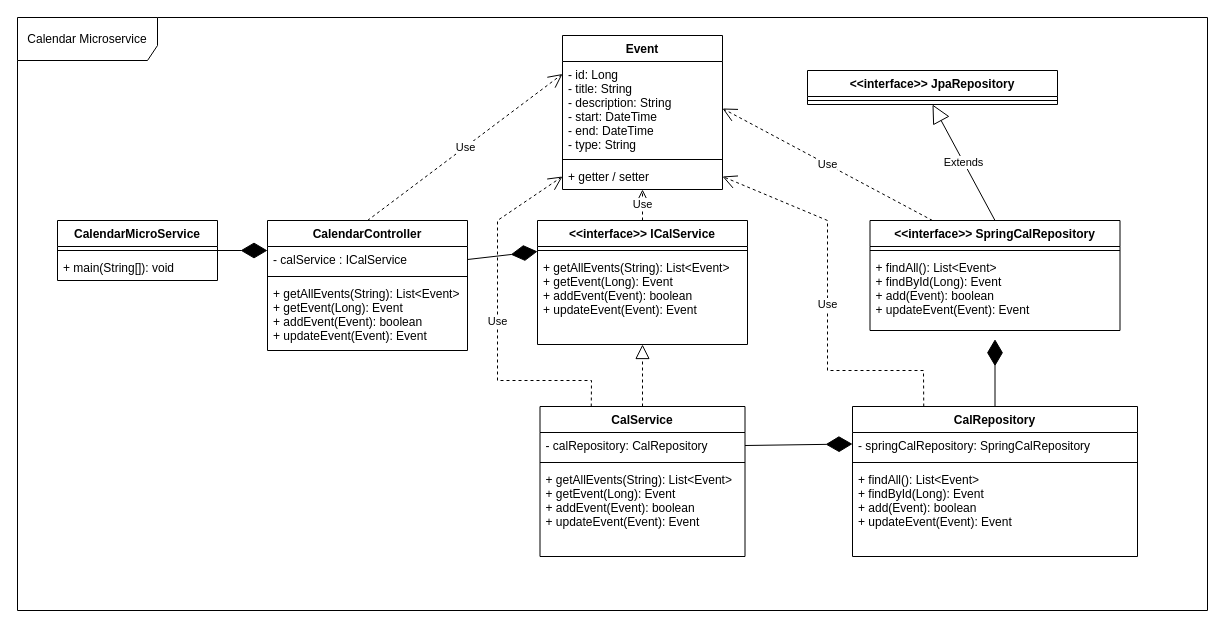
Before: page "Backend: Canteen Microservice" (7 of 7) of docs/class_diagrams/CD0_working_file.drawio in clueless-capybaras/dhbw-community-dashboard, a draw.io diagram. Source tidied: cells renumbered, new cells numbered last; positions are measured from the earlier drawing's top-left corner, leaving out a move shared by most shapes. Both pictures are drawn from the tidied source at 100%, with x=0, y=0 at pixel (17, 17).
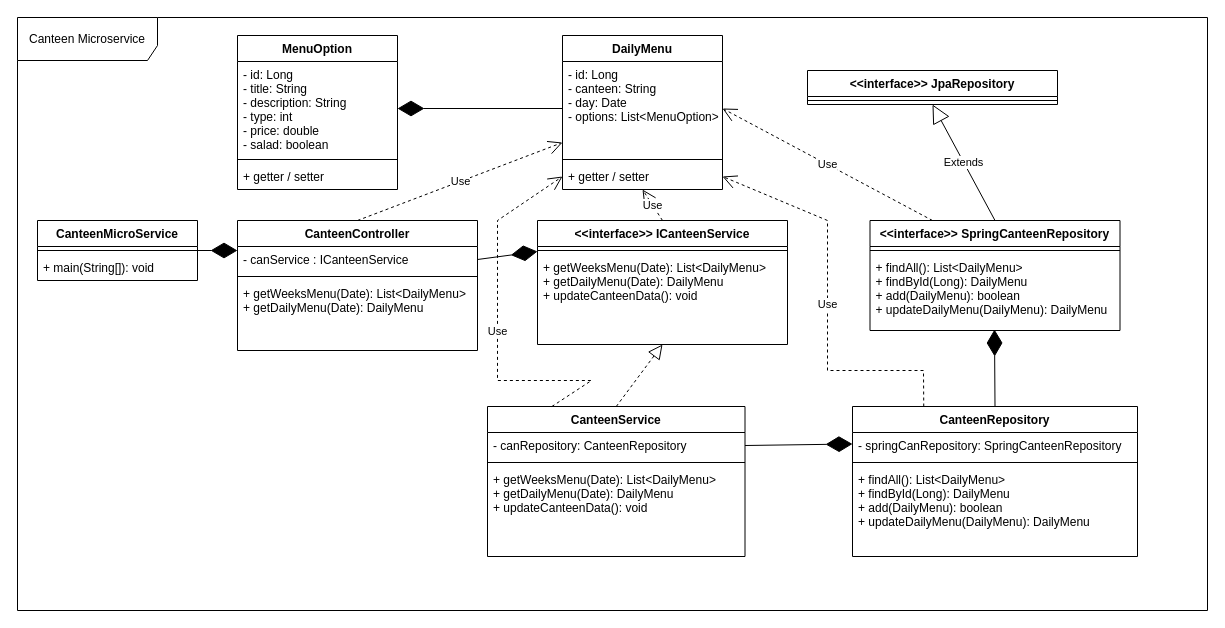
The same page after the edit.

Commit message (it also covers changes not shown here):
fixed canteen backend class diagram

Change to the diagram source:
```diff
@@
-    <mxCell id="2" value="Calendar Microservice" style="shape=umlFrame;whiteSpace=wrap;html=1;width=140;height=43;" parent="1" vertex="1">
+    <mxCell id="2" value="Canteen Microservice" style="shape=umlFrame;whiteSpace=wrap;html=1;width=140;height=43;" parent="1" vertex="1">
       <mxGeometry width="1190" height="593" as="geometry" />
     </mxCell>
-    <mxCell id="3" value="CalendarController" style="swimlane;fontStyle=1;align=center;verticalAlign=top;horizontal=1;startSize=26;" parent="1" vertex="1">
-      <mxGeometry x="250" y="203" width="200" height="130" as="geometry" />
+    <mxCell id="3" value="CanteenController" style="swimlane;fontStyle=1;align=center;verticalAlign=top;horizontal=1;startSize=26;" parent="1" vertex="1">
+      <mxGeometry x="220" y="203" width="240" height="130" as="geometry" />
     </mxCell>
-    <mxCell id="4" value="- calService : ICalService" style="text;strokeColor=none;fillColor=none;align=left;verticalAlign=top;spacingLeft=4;spacingRight=4;overflow=hidden;points=[[0,0.5],[1,0.5]];portConstraint=eastwest;" parent="3" vertex="1">
-      <mxGeometry y="26" width="200" height="26" as="geometry" />
+    <mxCell id="4" value="- canService : ICanteenService" style="text;strokeColor=none;fillColor=none;align=left;verticalAlign=top;spacingLeft=4;spacingRight=4;overflow=hidden;points=[[0,0.5],[1,0.5]];portConstraint=eastwest;" parent="3" vertex="1">
+      <mxGeometry y="26" width="240" height="26" as="geometry" />
     </mxCell>
     <mxCell id="5" style="line;strokeWidth=1;fillColor=none;align=left;verticalAlign=middle;spacingTop=-1;spacingLeft=3;spacingRight=3;labelPosition=right;" parent="3" vertex="1">
-      <mxGeometry y="52" width="200" height="8" as="geometry" />
+      <mxGeometry y="52" width="240" height="8" as="geometry" />
     </mxCell>
-    <mxCell id="6" value="+ getAllEvents(String): List&lt;Event&gt;&#10;+ getEvent(Long): Event&#10;+ addEvent(Event): boolean&#10;+ updateEvent(Event): Event" style="text;strokeColor=none;fillColor=none;align=left;verticalAlign=top;spacingLeft=4;spacingRight=4;overflow=hidden;" parent="3" vertex="1">
-      <mxGeometry y="60" width="200" height="70" as="geometry" />
+    <mxCell id="6" value="+ getWeeksMenu(Date): List&lt;DailyMenu&gt;&#10;+ getDailyMenu(Date): DailyMenu" style="text;strokeColor=none;fillColor=none;align=left;verticalAlign=top;spacingLeft=4;spacingRight=4;overflow=hidden;" parent="3" vertex="1">
+      <mxGeometry y="60" width="240" height="70" as="geometry" />
     </mxCell>
-    <mxCell id="7" value="CalendarMicroService" style="swimlane;fontStyle=1;align=center;verticalAlign=top;horizontal=1;startSize=26;" parent="1" vertex="1">
-      <mxGeometry x="40" y="203" width="160" height="60" as="geometry" />
+    <mxCell id="7" value="CanteenMicroService" style="swimlane;fontStyle=1;align=center;verticalAlign=top;horizontal=1;startSize=26;" parent="1" vertex="1">
+      <mxGeometry x="20" y="203" width="160" height="60" as="geometry" />
     </mxCell>
@@
-    <mxCell id="10" value="CalService" style="swimlane;fontStyle=1;align=center;verticalAlign=top;horizontal=1;startSize=26;" parent="1" vertex="1">
-      <mxGeometry x="522.5" y="389" width="205" height="150" as="geometry" />
+    <mxCell id="10" value="CanteenService" style="swimlane;fontStyle=1;align=center;verticalAlign=top;horizontal=1;startSize=26;" parent="1" vertex="1">
+      <mxGeometry x="470" y="389" width="257.5" height="150" as="geometry" />
     </mxCell>
-    <mxCell id="11" value="- calRepository: CalRepository" style="text;strokeColor=none;fillColor=none;align=left;verticalAlign=top;spacingLeft=4;spacingRight=4;overflow=hidden;points=[[0,0.5],[1,0.5]];portConstraint=eastwest;" parent="10" vertex="1">
-      <mxGeometry y="26" width="205" height="26" as="geometry" />
+    <mxCell id="11" value="- canRepository: CanteenRepository" style="text;strokeColor=none;fillColor=none;align=left;verticalAlign=top;spacingLeft=4;spacingRight=4;overflow=hidden;points=[[0,0.5],[1,0.5]];portConstraint=eastwest;" parent="10" vertex="1">
+      <mxGeometry y="26" width="257.5" height="26" as="geometry" />
     </mxCell>
     <mxCell id="12" style="line;strokeWidth=1;fillColor=none;align=left;verticalAlign=middle;spacingTop=-1;spacingLeft=3;spacingRight=3;labelPosition=right;" parent="10" vertex="1">
-      <mxGeometry y="52" width="205" height="8" as="geometry" />
+      <mxGeometry y="52" width="257.5" height="8" as="geometry" />
     </mxCell>
-    <mxCell id="13" value="+ getAllEvents(String): List&lt;Event&gt;&#10;+ getEvent(Long): Event&#10;+ addEvent(Event): boolean&#10;+ updateEvent(Event): Event" style="text;strokeColor=none;fillColor=none;align=left;verticalAlign=top;spacingLeft=4;spacingRight=4;overflow=hidden;" parent="10" vertex="1">
-      <mxGeometry y="60" width="205" height="90" as="geometry" />
+    <mxCell id="13" value="+ getWeeksMenu(Date): List&lt;DailyMenu&gt;&#10;+ getDailyMenu(Date): DailyMenu&#10;+ updateCanteenData(): void" style="text;strokeColor=none;fillColor=none;align=left;verticalAlign=top;spacingLeft=4;spacingRight=4;overflow=hidden;" parent="10" vertex="1">
+      <mxGeometry y="60" width="257.5" height="90" as="geometry" />
     </mxCell>
-    <mxCell id="14" value="&lt;&lt;interface&gt;&gt; SpringCalRepository" style="swimlane;fontStyle=1;align=center;verticalAlign=top;horizontal=1;startSize=26;" parent="1" vertex="1">
+    <mxCell id="14" value="&lt;&lt;interface&gt;&gt; SpringCanteenRepository" style="swimlane;fontStyle=1;align=center;verticalAlign=top;horizontal=1;startSize=26;" parent="1" vertex="1">
       <mxGeometry x="852.5" y="203" width="250" height="110" as="geometry" />
     </mxCell>
@@
-    <mxCell id="16" value="+ findAll(): List&lt;Event&gt;&#10;+ findById(Long): Event&#10;+ add(Event): boolean&#10;+ updateEvent(Event): Event" style="text;strokeColor=none;fillColor=none;align=left;verticalAlign=top;spacingLeft=4;spacingRight=4;overflow=hidden;points=[[0,0.5],[1,0.5]];portConstraint=eastwest;" parent="14" vertex="1">
+    <mxCell id="16" value="+ findAll(): List&lt;DailyMenu&gt;&#10;+ findById(Long): DailyMenu&#10;+ add(DailyMenu): boolean&#10;+ updateDailyMenu(DailyMenu): DailyMenu" style="text;strokeColor=none;fillColor=none;align=left;verticalAlign=top;spacingLeft=4;spacingRight=4;overflow=hidden;points=[[0,0.5],[1,0.5]];portConstraint=eastwest;" parent="14" vertex="1">
       <mxGeometry y="34" width="250" height="76" as="geometry" />
     </mxCell>
-    <mxCell id="17" value="&lt;&lt;interface&gt;&gt; ICalService" style="swimlane;fontStyle=1;align=center;verticalAlign=top;horizontal=1;startSize=26;" parent="1" vertex="1">
-      <mxGeometry x="520" y="203" width="210" height="124" as="geometry" />
+    <mxCell id="17" value="&lt;&lt;interface&gt;&gt; ICanteenService" style="swimlane;fontStyle=1;align=center;verticalAlign=top;horizontal=1;startSize=26;" parent="1" vertex="1">
+      <mxGeometry x="520" y="203" width="250" height="124" as="geometry" />
     </mxCell>
     <mxCell id="18" style="line;strokeWidth=1;fillColor=none;align=left;verticalAlign=middle;spacingTop=-1;spacingLeft=3;spacingRight=3;labelPosition=right;" parent="17" vertex="1">
-      <mxGeometry y="26" width="210" height="8" as="geometry" />
+      <mxGeometry y="26" width="250" height="8" as="geometry" />
     </mxCell>
-    <mxCell id="19" value="+ getAllEvents(String): List&lt;Event&gt;&#10;+ getEvent(Long): Event&#10;+ addEvent(Event): boolean&#10;+ updateEvent(Event): Event" style="text;strokeColor=none;fillColor=none;align=left;verticalAlign=top;spacingLeft=4;spacingRight=4;overflow=hidden;points=[[0,0.5],[1,0.5]];portConstraint=eastwest;" parent="17" vertex="1">
-      <mxGeometry y="34" width="210" height="90" as="geometry" />
+    <mxCell id="19" value="+ getWeeksMenu(Date): List&lt;DailyMenu&gt;&#10;+ getDailyMenu(Date): DailyMenu&#10;+ updateCanteenData(): void" style="text;strokeColor=none;fillColor=none;align=left;verticalAlign=top;spacingLeft=4;spacingRight=4;overflow=hidden;points=[[0,0.5],[1,0.5]];portConstraint=eastwest;" parent="17" vertex="1">
+      <mxGeometry y="34" width="250" height="90" as="geometry" />
     </mxCell>
-    <mxCell id="20" value="CalRepository" style="swimlane;fontStyle=1;align=center;verticalAlign=top;horizontal=1;startSize=26;" parent="1" vertex="1">
+    <mxCell id="20" value="CanteenRepository" style="swimlane;fontStyle=1;align=center;verticalAlign=top;horizontal=1;startSize=26;" parent="1" vertex="1">
       <mxGeometry x="835" y="389" width="285" height="150" as="geometry" />
     </mxCell>
-    <mxCell id="21" value="- springCalRepository: SpringCalRepository" style="text;strokeColor=none;fillColor=none;align=left;verticalAlign=top;spacingLeft=4;spacingRight=4;overflow=hidden;" parent="20" vertex="1">
+    <mxCell id="21" value="- springCanRepository: SpringCanteenRepository" style="text;strokeColor=none;fillColor=none;align=left;verticalAlign=top;spacingLeft=4;spacingRight=4;overflow=hidden;" parent="20" vertex="1">
       <mxGeometry y="26" width="285" height="26" as="geometry" />
     </mxCell>
@@
-    <mxCell id="23" value="+ findAll(): List&lt;Event&gt;&#10;+ findById(Long): Event&#10;+ add(Event): boolean&#10;+ updateEvent(Event): Event" style="text;strokeColor=none;fillColor=none;align=left;verticalAlign=top;spacingLeft=4;spacingRight=4;overflow=hidden;" parent="20" vertex="1">
+    <mxCell id="23" value="+ findAll(): List&lt;DailyMenu&gt;&#10;+ findById(Long): DailyMenu&#10;+ add(DailyMenu): boolean&#10;+ updateDailyMenu(DailyMenu): DailyMenu" style="text;strokeColor=none;fillColor=none;align=left;verticalAlign=top;spacingLeft=4;spacingRight=4;overflow=hidden;" parent="20" vertex="1">
       <mxGeometry y="60" width="285" height="90" as="geometry" />
     </mxCell>
-    <mxCell id="24" value="Event" style="swimlane;fontStyle=1;align=center;verticalAlign=top;horizontal=1;startSize=26;" parent="1" vertex="1">
+    <mxCell id="24" value="DailyMenu" style="swimlane;fontStyle=1;align=center;verticalAlign=top;horizontal=1;startSize=26;" parent="1" vertex="1">
       <mxGeometry x="545" y="18" width="160" height="154" as="geometry" />
     </mxCell>
-    <mxCell id="25" value="- id: Long&#10;- title: String&#10;- description: String&#10;- start: DateTime&#10;- end: DateTime&#10;- type: String" style="text;strokeColor=none;fillColor=none;align=left;verticalAlign=top;spacingLeft=4;spacingRight=4;overflow=hidden;points=[[0,0.5],[1,0.5]];portConstraint=eastwest;" parent="24" vertex="1">
+    <mxCell id="25" value="- id: Long&#10;- canteen: String&#10;- day: Date&#10;- options: List&lt;MenuOption&gt;" style="text;strokeColor=none;fillColor=none;align=left;verticalAlign=top;spacingLeft=4;spacingRight=4;overflow=hidden;points=[[0,0.5],[1,0.5]];portConstraint=eastwest;" parent="24" vertex="1">
       <mxGeometry y="26" width="160" height="94" as="geometry" />
     </mxCell>
@@
-    <mxCell id="31" style="endArrow=diamondThin;endFill=1;endSize=24;html=1;rounded=0;entryX=0.5;entryY=1.115;entryDx=0;entryDy=0;entryPerimeter=0;exitX=0.5;exitY=0;exitDx=0;exitDy=0;" parent="1" edge="1" source="20" target="16">
+    <mxCell id="31" style="endArrow=diamondThin;endFill=1;endSize=24;html=1;rounded=0;entryX=0.498;entryY=0.987;entryDx=0;entryDy=0;entryPerimeter=0;exitX=0.5;exitY=0;exitDx=0;exitDy=0;" parent="1" edge="1" source="20" target="16">
       <mxGeometry relative="1" as="geometry" />
     </mxCell>
@@
-    <mxCell id="36" value="Use" style="endArrow=open;endSize=12;dashed=1;html=1;rounded=0;exitX=0.5;exitY=0;exitDx=0;exitDy=0;entryX=0;entryY=0.25;entryDx=0;entryDy=0;" parent="1" edge="1" source="3" target="24">
+    <mxCell id="36" value="Use" style="endArrow=open;endSize=12;dashed=1;html=1;rounded=0;exitX=0.5;exitY=0;exitDx=0;exitDy=0;entryX=0;entryY=0.862;entryDx=0;entryDy=0;entryPerimeter=0;" parent="1" edge="1" source="3" target="25">
       <mxGeometry relative="1" as="geometry" />
     </mxCell>
@@
+    <mxCell id="41" value="MenuOption" style="swimlane;fontStyle=1;align=center;verticalAlign=top;horizontal=1;startSize=26;" parent="1" vertex="1">
+      <mxGeometry x="220" y="18" width="160" height="154" as="geometry" />
+    </mxCell>
+    <mxCell id="42" value="- id: Long&#10;- title: String&#10;- description: String&#10;- type: int&#10;- price: double&#10;- salad: boolean" style="text;strokeColor=none;fillColor=none;align=left;verticalAlign=top;spacingLeft=4;spacingRight=4;overflow=hidden;points=[[0,0.5],[1,0.5]];portConstraint=eastwest;" parent="41" vertex="1">
+      <mxGeometry y="26" width="160" height="94" as="geometry" />
+    </mxCell>
+    <mxCell id="43" style="line;strokeWidth=1;fillColor=none;align=left;verticalAlign=middle;spacingTop=-1;spacingLeft=3;spacingRight=3;labelPosition=right;" parent="41" vertex="1">
+      <mxGeometry y="120" width="160" height="8" as="geometry" />
+    </mxCell>
+    <mxCell id="44" value="+ getter / setter" style="text;strokeColor=none;fillColor=none;align=left;verticalAlign=top;spacingLeft=4;spacingRight=4;overflow=hidden;" parent="41" vertex="1">
+      <mxGeometry y="128" width="160" height="26" as="geometry" />
+    </mxCell>
+    <mxCell id="45" style="endArrow=diamondThin;endFill=1;endSize=24;html=1;rounded=0;exitX=0;exitY=0.5;exitDx=0;exitDy=0;entryX=1;entryY=0.5;entryDx=0;entryDy=0;" parent="1" edge="1" source="25" target="42">
+      <mxGeometry relative="1" as="geometry" />
+    </mxCell>
```
